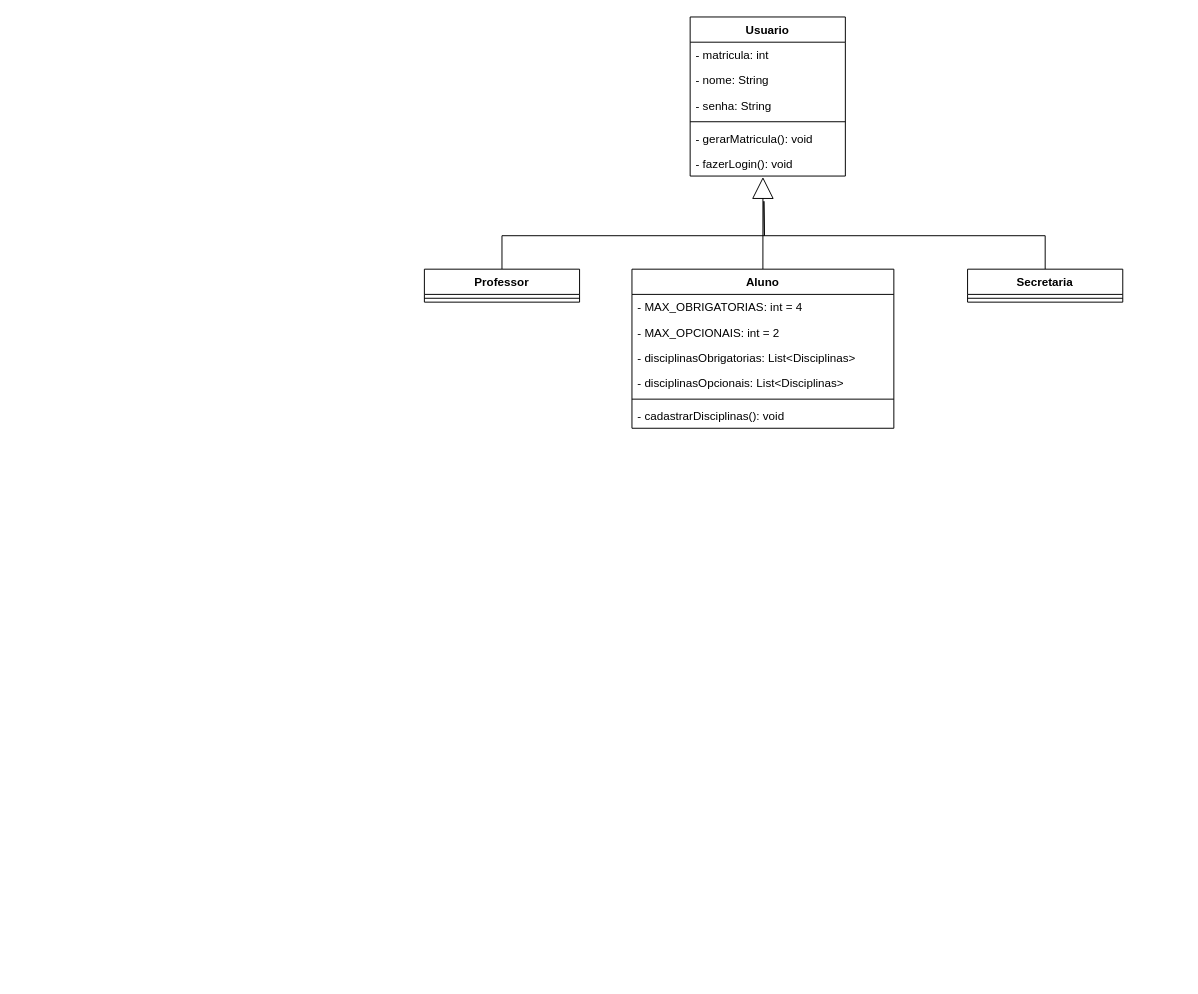
Before: DIAGRAMA_CLASSE.drawio in joeyclapton/projeto, a draw.io diagram. Source tidied: cells renumbered, new cells numbered last; positions are measured from the earlier drawing's top-left corner, leaving out a move shared by most shapes. Both pictures are drawn from the tidied source at 97%, with x=0, y=0 at pixel (424, 16).
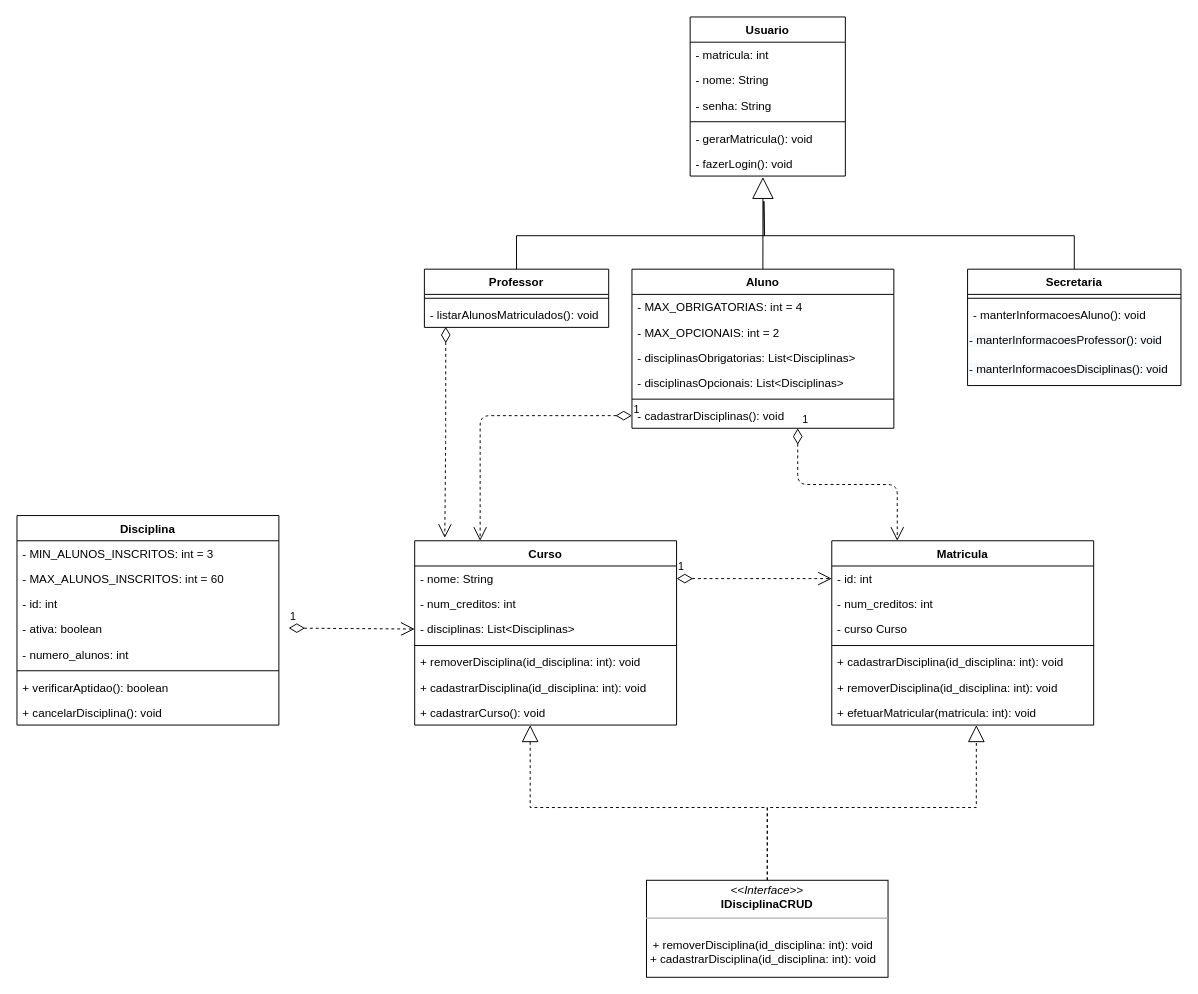
The same diagram, later.

Unchanged cells that the change refers to:
```xml
<mxCell id="19" value="- cadastrarDisciplinas(): void" style="text;strokeColor=none;fillColor=none;align=left;verticalAlign=top;spacingLeft=4;spacingRight=4;overflow=hidden;points=[[0,0.5],[1,0.5]];portConstraint=eastwest;" parent="13" vertex="1">
  <mxGeometry y="138" width="270" height="26" as="geometry" />
</mxCell>
```

Change to the diagram source:
```diff
@@
     <mxCell id="10" value="Professor" style="swimlane;fontStyle=1;align=center;verticalAlign=top;horizontal=1;startSize=26;" parent="1" vertex="1">
-      <mxGeometry y="260" width="160" height="34" as="geometry" />
+      <mxGeometry y="260" width="190" height="60" as="geometry" />
     </mxCell>
     <mxCell id="11" style="line;strokeWidth=1;fillColor=none;align=left;verticalAlign=middle;spacingTop=-1;spacingLeft=3;spacingRight=3;labelPosition=right;" parent="10" vertex="1">
-      <mxGeometry y="26" width="160" height="8" as="geometry" />
+      <mxGeometry y="26" width="190" height="8" as="geometry" />
     </mxCell>
+    <mxCell id="23" value="- listarAlunosMatriculados(): void" style="text;strokeColor=none;fillColor=none;align=left;verticalAlign=top;spacingLeft=4;spacingRight=4;overflow=hidden;points=[[0,0.5],[1,0.5]];portConstraint=eastwest;" parent="10" vertex="1">
+      <mxGeometry y="34" width="190" height="26" as="geometry" />
+    </mxCell>
@@
     <mxCell id="21" value="Secretaria" style="swimlane;fontStyle=1;align=center;verticalAlign=top;horizontal=1;startSize=26;" parent="1" vertex="1">
-      <mxGeometry x="560" y="260" width="160" height="34" as="geometry" />
+      <mxGeometry x="560" y="260" width="220" height="120" as="geometry" />
     </mxCell>
     <mxCell id="22" style="line;strokeWidth=1;fillColor=none;align=left;verticalAlign=middle;spacingTop=-1;spacingLeft=3;spacingRight=3;labelPosition=right;" parent="21" vertex="1">
-      <mxGeometry y="26" width="160" height="8" as="geometry" />
+      <mxGeometry y="26" width="220" height="8" as="geometry" />
     </mxCell>
+    <mxCell id="24" value="- manterInformacoesAluno(): void" style="text;strokeColor=none;fillColor=none;align=left;verticalAlign=top;spacingLeft=4;spacingRight=4;overflow=hidden;" parent="21" vertex="1">
+      <mxGeometry y="34" width="220" height="26" as="geometry" />
+    </mxCell>
+    <mxCell id="25" value="&lt;span style=&quot;color: rgb(0 , 0 , 0) ; font-family: &amp;#34;helvetica&amp;#34; ; font-size: 12px ; font-style: normal ; font-weight: 400 ; letter-spacing: normal ; text-align: left ; text-indent: 0px ; text-transform: none ; word-spacing: 0px ; background-color: rgb(248 , 249 , 250) ; display: inline ; float: none&quot;&gt;- manterInformacoesProfessor(): void&lt;/span&gt;" style="text;whiteSpace=wrap;html=1;" parent="21" vertex="1">
+      <mxGeometry y="60" width="220" height="30" as="geometry" />
+    </mxCell>
+    <mxCell id="26" value="&lt;span style=&quot;color: rgb(0 , 0 , 0) ; font-family: &amp;#34;helvetica&amp;#34; ; font-size: 12px ; font-style: normal ; font-weight: 400 ; letter-spacing: normal ; text-align: left ; text-indent: 0px ; text-transform: none ; word-spacing: 0px ; background-color: rgb(248 , 249 , 250) ; display: inline ; float: none&quot;&gt;- manterInformacoesDisciplinas(): void&lt;/span&gt;" style="text;whiteSpace=wrap;html=1;" parent="21" vertex="1">
+      <mxGeometry y="90" width="220" height="30" as="geometry" />
+    </mxCell>
+    <mxCell id="27" value="Curso" style="swimlane;fontStyle=1;align=center;verticalAlign=top;horizontal=1;startSize=26;" parent="1" vertex="1">
+      <mxGeometry x="-10" y="540" width="270" height="190" as="geometry" />
+    </mxCell>
+    <mxCell id="28" value="- nome: String" style="text;strokeColor=none;fillColor=none;align=left;verticalAlign=top;spacingLeft=4;spacingRight=4;overflow=hidden;points=[[0,0.5],[1,0.5]];portConstraint=eastwest;" parent="27" vertex="1">
+      <mxGeometry y="26" width="270" height="26" as="geometry" />
+    </mxCell>
+    <mxCell id="29" value="- num_creditos: int" style="text;strokeColor=none;fillColor=none;align=left;verticalAlign=top;spacingLeft=4;spacingRight=4;overflow=hidden;" parent="27" vertex="1">
+      <mxGeometry y="52" width="270" height="26" as="geometry" />
+    </mxCell>
+    <mxCell id="30" value="- disciplinas: List&lt;Disciplinas&gt;" style="text;strokeColor=none;fillColor=none;align=left;verticalAlign=top;spacingLeft=4;spacingRight=4;overflow=hidden;points=[[0,0.5],[1,0.5]];portConstraint=eastwest;" parent="27" vertex="1">
+      <mxGeometry y="78" width="270" height="26" as="geometry" />
+    </mxCell>
+    <mxCell id="31" style="line;strokeWidth=1;fillColor=none;align=left;verticalAlign=middle;spacingTop=-1;spacingLeft=3;spacingRight=3;labelPosition=right;" parent="27" vertex="1">
+      <mxGeometry y="104" width="270" height="8" as="geometry" />
+    </mxCell>
+    <mxCell id="32" value="+ removerDisciplina(id_disciplina: int): void" style="text;strokeColor=none;fillColor=none;align=left;verticalAlign=top;spacingLeft=4;spacingRight=4;overflow=hidden;" parent="27" vertex="1">
+      <mxGeometry y="112" width="270" height="26" as="geometry" />
+    </mxCell>
+    <mxCell id="33" value="+ cadastrarDisciplina(id_disciplina: int): void" style="text;strokeColor=none;fillColor=none;align=left;verticalAlign=top;spacingLeft=4;spacingRight=4;overflow=hidden;" parent="27" vertex="1">
+      <mxGeometry y="138" width="270" height="26" as="geometry" />
+    </mxCell>
+    <mxCell id="34" value="+ cadastrarCurso(): void" style="text;strokeColor=none;fillColor=none;align=left;verticalAlign=top;spacingLeft=4;spacingRight=4;overflow=hidden;points=[[0,0.5],[1,0.5]];portConstraint=eastwest;" parent="27" vertex="1">
+      <mxGeometry y="164" width="270" height="26" as="geometry" />
+    </mxCell>
+    <mxCell id="35" value="Matricula" style="swimlane;fontStyle=1;align=center;verticalAlign=top;horizontal=1;startSize=26;" parent="1" vertex="1">
+      <mxGeometry x="420" y="540" width="270" height="190" as="geometry" />
+    </mxCell>
+    <mxCell id="36" value="- id: int" style="text;strokeColor=none;fillColor=none;align=left;verticalAlign=top;spacingLeft=4;spacingRight=4;overflow=hidden;points=[[0,0.5],[1,0.5]];portConstraint=eastwest;" parent="35" vertex="1">
+      <mxGeometry y="26" width="270" height="26" as="geometry" />
+    </mxCell>
+    <mxCell id="37" value="- num_creditos: int" style="text;strokeColor=none;fillColor=none;align=left;verticalAlign=top;spacingLeft=4;spacingRight=4;overflow=hidden;" parent="35" vertex="1">
+      <mxGeometry y="52" width="270" height="26" as="geometry" />
+    </mxCell>
+    <mxCell id="38" value="- curso Curso" style="text;strokeColor=none;fillColor=none;align=left;verticalAlign=top;spacingLeft=4;spacingRight=4;overflow=hidden;" parent="35" vertex="1">
+      <mxGeometry y="78" width="270" height="26" as="geometry" />
+    </mxCell>
+    <mxCell id="39" style="line;strokeWidth=1;fillColor=none;align=left;verticalAlign=middle;spacingTop=-1;spacingLeft=3;spacingRight=3;labelPosition=right;" parent="35" vertex="1">
+      <mxGeometry y="104" width="270" height="8" as="geometry" />
+    </mxCell>
+    <mxCell id="40" value="+ cadastrarDisciplina(id_disciplina: int): void" style="text;strokeColor=none;fillColor=none;align=left;verticalAlign=top;spacingLeft=4;spacingRight=4;overflow=hidden;" parent="35" vertex="1">
+      <mxGeometry y="112" width="270" height="26" as="geometry" />
+    </mxCell>
+    <mxCell id="41" value="+ removerDisciplina(id_disciplina: int): void" style="text;strokeColor=none;fillColor=none;align=left;verticalAlign=top;spacingLeft=4;spacingRight=4;overflow=hidden;" parent="35" vertex="1">
+      <mxGeometry y="138" width="270" height="26" as="geometry" />
+    </mxCell>
+    <mxCell id="42" value="+ efetuarMatricular(matricula: int): void" style="text;strokeColor=none;fillColor=none;align=left;verticalAlign=top;spacingLeft=4;spacingRight=4;overflow=hidden;points=[[0,0.5],[1,0.5]];portConstraint=eastwest;" parent="35" vertex="1">
+      <mxGeometry y="164" width="270" height="26" as="geometry" />
+    </mxCell>
+    <mxCell id="43" style="edgeStyle=orthogonalEdgeStyle;rounded=0;jettySize=auto;html=1;exitX=0.5;exitY=0;exitDx=0;exitDy=0;entryX=0.441;entryY=1;entryDx=0;entryDy=0;entryPerimeter=0;dashed=1;endArrow=block;endFill=0;endSize=15;" parent="1" edge="1" source="45" target="34">
+      <mxGeometry relative="1" as="geometry" />
+    </mxCell>
+    <mxCell id="44" style="edgeStyle=orthogonalEdgeStyle;rounded=0;jettySize=auto;html=1;exitX=0.5;exitY=0;exitDx=0;exitDy=0;entryX=0.552;entryY=1;entryDx=0;entryDy=0;entryPerimeter=0;dashed=1;endArrow=block;endFill=0;endSize=15;" parent="1" edge="1" source="45" target="42">
+      <mxGeometry relative="1" as="geometry" />
+    </mxCell>
+    <mxCell id="45" value="&lt;p style=&quot;margin: 0px ; margin-top: 4px ; text-align: center&quot;&gt;&lt;i&gt;&amp;lt;&amp;lt;Interface&amp;gt;&amp;gt;&lt;/i&gt;&lt;br&gt;&lt;b&gt;IDisciplinaCRUD&lt;/b&gt;&lt;/p&gt;&lt;hr size=&quot;1&quot;&gt;&lt;p style=&quot;margin: 0px ; margin-left: 4px&quot;&gt;&lt;br&gt;&lt;/p&gt;&amp;nbsp; + removerDisciplina(id_disciplina: int): void&lt;p style=&quot;margin: 0px ; margin-left: 4px&quot;&gt;+ cadastrarDisciplina(id_disciplina: int): void&lt;br&gt;&lt;/p&gt;" style="verticalAlign=top;align=left;overflow=fill;fontSize=12;fontFamily=Helvetica;html=1;" parent="1" vertex="1">
+      <mxGeometry x="229" y="890" width="249" height="100" as="geometry" />
+    </mxCell>
+    <mxCell id="46" value="Disciplina" style="swimlane;fontStyle=1;align=center;verticalAlign=top;horizontal=1;startSize=26;" parent="1" vertex="1">
+      <mxGeometry x="-420" y="514" width="270" height="216" as="geometry" />
+    </mxCell>
+    <mxCell id="47" value="- MIN_ALUNOS_INSCRITOS: int = 3 " style="text;strokeColor=none;fillColor=none;align=left;verticalAlign=top;spacingLeft=4;spacingRight=4;overflow=hidden;" parent="46" vertex="1">
+      <mxGeometry y="26" width="270" height="26" as="geometry" />
+    </mxCell>
+    <mxCell id="48" value="- MAX_ALUNOS_INSCRITOS: int = 60" style="text;strokeColor=none;fillColor=none;align=left;verticalAlign=top;spacingLeft=4;spacingRight=4;overflow=hidden;" parent="46" vertex="1">
+      <mxGeometry y="52" width="270" height="26" as="geometry" />
+    </mxCell>
+    <mxCell id="49" value="- id: int" style="text;strokeColor=none;fillColor=none;align=left;verticalAlign=top;spacingLeft=4;spacingRight=4;overflow=hidden;" parent="46" vertex="1">
+      <mxGeometry y="78" width="270" height="26" as="geometry" />
+    </mxCell>
+    <mxCell id="50" value="- ativa: boolean" style="text;strokeColor=none;fillColor=none;align=left;verticalAlign=top;spacingLeft=4;spacingRight=4;overflow=hidden;" parent="46" vertex="1">
+      <mxGeometry y="104" width="270" height="26" as="geometry" />
+    </mxCell>
+    <mxCell id="51" value="- numero_alunos: int" style="text;strokeColor=none;fillColor=none;align=left;verticalAlign=top;spacingLeft=4;spacingRight=4;overflow=hidden;" parent="46" vertex="1">
+      <mxGeometry y="130" width="270" height="26" as="geometry" />
+    </mxCell>
+    <mxCell id="52" style="line;strokeWidth=1;fillColor=none;align=left;verticalAlign=middle;spacingTop=-1;spacingLeft=3;spacingRight=3;labelPosition=right;" parent="46" vertex="1">
+      <mxGeometry y="156" width="270" height="8" as="geometry" />
+    </mxCell>
+    <mxCell id="53" value="+ verificarAptidao(): boolean" style="text;strokeColor=none;fillColor=none;align=left;verticalAlign=top;spacingLeft=4;spacingRight=4;overflow=hidden;" parent="46" vertex="1">
+      <mxGeometry y="164" width="270" height="26" as="geometry" />
+    </mxCell>
+    <mxCell id="54" value="+ cancelarDisciplina(): void" style="text;strokeColor=none;fillColor=none;align=left;verticalAlign=top;spacingLeft=4;spacingRight=4;overflow=hidden;" parent="46" vertex="1">
+      <mxGeometry y="190" width="270" height="26" as="geometry" />
+    </mxCell>
+    <mxCell id="55" value="1" style="endArrow=open;html=1;endSize=12;startArrow=diamondThin;startSize=14;startFill=0;edgeStyle=orthogonalEdgeStyle;align=left;verticalAlign=bottom;dashed=1;exitX=0;exitY=0.5;exitDx=0;exitDy=0;entryX=0.25;entryY=0;entryDx=0;entryDy=0;" parent="1" edge="1" source="19" target="27">
+      <mxGeometry x="-1" y="3" relative="1" as="geometry" />
+    </mxCell>
+    <mxCell id="56" value="1" style="endArrow=open;html=1;endSize=12;startArrow=diamondThin;startSize=14;startFill=0;edgeStyle=orthogonalEdgeStyle;align=left;verticalAlign=bottom;dashed=1;exitX=1;exitY=0.5;exitDx=0;exitDy=0;entryX=0;entryY=0.5;entryDx=0;entryDy=0;" parent="1" edge="1" source="28" target="36">
+      <mxGeometry x="-1" y="3" relative="1" as="geometry" />
+    </mxCell>
+    <mxCell id="57" value="1" style="endArrow=open;html=1;endSize=12;startArrow=diamondThin;startSize=14;startFill=0;edgeStyle=orthogonalEdgeStyle;align=left;verticalAlign=bottom;dashed=1;entryX=0;entryY=0.5;entryDx=0;entryDy=0;" parent="1" edge="1" target="30">
+      <mxGeometry x="-1" y="3" relative="1" as="geometry">
+        <mxPoint x="-140" y="630" as="sourcePoint" />
+      </mxGeometry>
+    </mxCell>
+    <mxCell id="58" style="endArrow=open;html=1;endSize=12;startArrow=diamondThin;startSize=14;startFill=0;edgeStyle=orthogonalEdgeStyle;align=left;verticalAlign=bottom;dashed=1;entryX=0.115;entryY=-0.016;entryDx=0;entryDy=0;exitX=0.116;exitY=0.975;exitDx=0;exitDy=0;exitPerimeter=0;entryPerimeter=0;" parent="1" edge="1" source="23" target="27">
+      <mxGeometry x="-1" y="3" relative="1" as="geometry" />
+    </mxCell>
+    <mxCell id="59" value="1" style="endArrow=open;html=1;endSize=12;startArrow=diamondThin;startSize=14;startFill=0;edgeStyle=orthogonalEdgeStyle;align=left;verticalAlign=bottom;dashed=1;exitX=0.633;exitY=1;exitDx=0;exitDy=0;entryX=0.25;entryY=0;entryDx=0;entryDy=0;exitPerimeter=0;" parent="1" edge="1" source="19" target="35">
+      <mxGeometry x="-1" y="3" relative="1" as="geometry" />
+    </mxCell>
```
